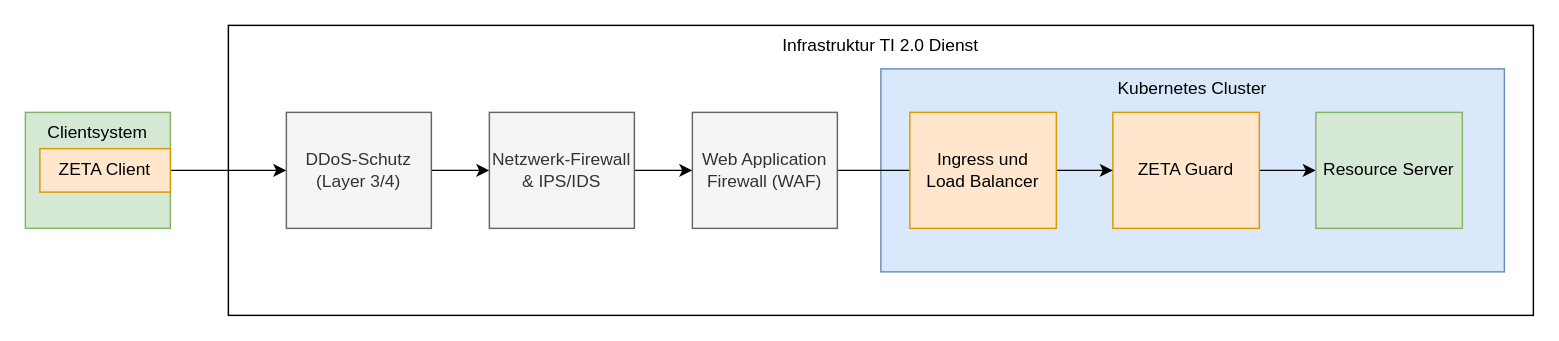
gematik/zeta keeps this draw.io diagram as src/drawio/zeta-guard-integration-guide/zeta-guard-deployment-view.drawio. Above is the earlier version. Source tidied: cells renumbered, new cells numbered last; positions are measured from the earlier drawing's top-left corner, leaving out a move shared by most shapes. Both pictures are drawn from the tidied source at 145%, with x=0, y=0 at pixel (25, 25).
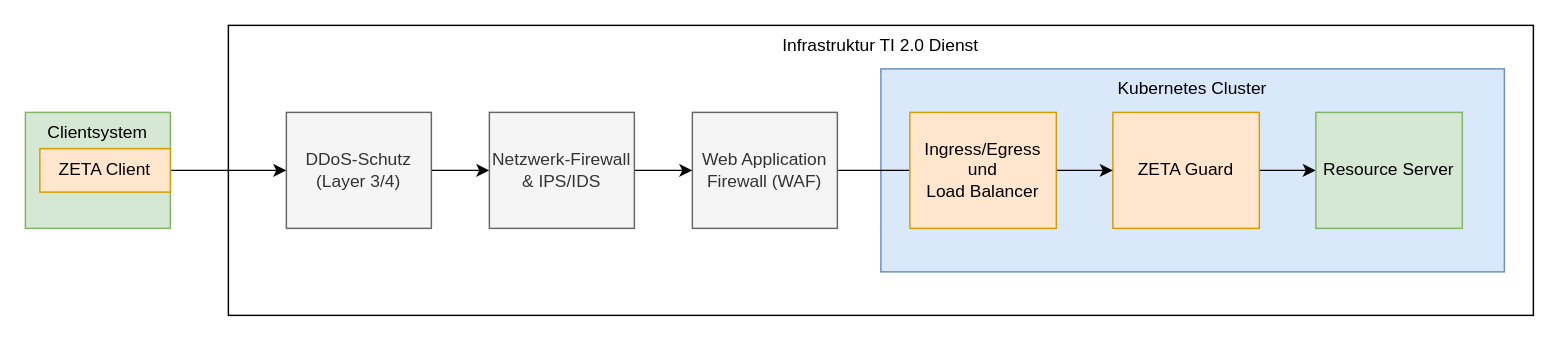
After the change.

Commit message:
fix: update draw.io deployment view for ZETA Guard integration

Diff of the diagram source:
```diff
@@
 <mxGraphModel>
   <root>
     <mxCell id="0" />
     <mxCell id="1" parent="0" />
     <mxCell id="2" value="Infrastruktur TI 2.0 Dienst" style="rounded=0;whiteSpace=wrap;html=1;verticalAlign=top;" parent="1" vertex="1">
       <mxGeometry x="140" width="900" height="200" as="geometry" />
     </mxCell>
     <mxCell id="3" value="Kubernetes Cluster" style="rounded=0;whiteSpace=wrap;html=1;verticalAlign=top;fillColor=#dae8fc;strokeColor=#6c8ebf;" parent="1" vertex="1">
       <mxGeometry x="590" y="30" width="430" height="140" as="geometry" />
     </mxCell>
     <mxCell id="4" style="edgeStyle=orthogonalEdgeStyle;rounded=0;jettySize=auto;html=1;" parent="1" edge="1" source="5" target="13">
       <mxGeometry relative="1" as="geometry" />
     </mxCell>
     <mxCell id="5" value="&lt;div&gt;DDoS-Schutz&lt;/div&gt;&lt;div&gt;(Layer 3/4)&lt;/div&gt;" style="rounded=0;whiteSpace=wrap;html=1;fillColor=#f5f5f5;fontColor=#333333;strokeColor=#666666;" parent="1" vertex="1">
       <mxGeometry x="180" y="60" width="100" height="80" as="geometry" />
     </mxCell>
     <mxCell id="6" style="edgeStyle=orthogonalEdgeStyle;rounded=0;jettySize=auto;html=1;" parent="1" edge="1" source="7" target="5">
       <mxGeometry relative="1" as="geometry" />
     </mxCell>
     <mxCell id="7" value="Clientsystem" style="rounded=0;whiteSpace=wrap;html=1;verticalAlign=top;fillColor=#d5e8d4;strokeColor=#82b366;" parent="1" vertex="1">
       <mxGeometry y="60" width="100" height="80" as="geometry" />
     </mxCell>
     <mxCell id="8" style="edgeStyle=orthogonalEdgeStyle;rounded=0;jettySize=auto;html=1;entryX=0;entryY=0.5;entryDx=0;entryDy=0;" parent="1" edge="1" source="9" target="14">
       <mxGeometry relative="1" as="geometry" />
     </mxCell>
     <mxCell id="9" value="&lt;div style=&quot;text-align: start;&quot;&gt;ZETA Guard&lt;/div&gt;" style="rounded=0;whiteSpace=wrap;html=1;fillColor=#ffe6cc;strokeColor=#d79b00;" parent="1" vertex="1">
       <mxGeometry x="750" y="60" width="101" height="80" as="geometry" />
     </mxCell>
     <mxCell id="10" style="edgeStyle=orthogonalEdgeStyle;rounded=0;jettySize=auto;html=1;entryX=0;entryY=0.5;entryDx=0;entryDy=0;" parent="1" edge="1" source="11" target="9">
       <mxGeometry relative="1" as="geometry" />
     </mxCell>
     <mxCell id="11" value="&lt;div style=&quot;&quot;&gt;&lt;div&gt;&lt;span style=&quot;background-color: transparent; color: light-dark(rgb(51, 51, 51), rgb(193, 193, 193));&quot;&gt;Web Application&lt;/span&gt;&lt;/div&gt;&lt;div&gt;&lt;span style=&quot;background-color: transparent; color: light-dark(rgb(51, 51, 51), rgb(193, 193, 193));&quot;&gt;Firewall (WAF)&lt;/span&gt;&lt;/div&gt;&lt;/div&gt;" style="rounded=0;whiteSpace=wrap;html=1;align=center;fillColor=#f5f5f5;fontColor=#333333;strokeColor=#666666;" parent="1" vertex="1">
       <mxGeometry x="460" y="60" width="100" height="80" as="geometry" />
     </mxCell>
     <mxCell id="12" style="edgeStyle=orthogonalEdgeStyle;rounded=0;jettySize=auto;html=1;entryX=0;entryY=0.5;entryDx=0;entryDy=0;" parent="1" edge="1" source="13" target="11">
       <mxGeometry relative="1" as="geometry" />
     </mxCell>
     <mxCell id="13" value="&lt;div&gt;Netzwerk-Firewall&lt;/div&gt;&lt;div&gt;&amp;amp; IPS/IDS&lt;/div&gt;" style="rounded=0;whiteSpace=wrap;html=1;fillColor=#f5f5f5;fontColor=#333333;strokeColor=#666666;" parent="1" vertex="1">
       <mxGeometry x="320" y="60" width="100" height="80" as="geometry" />
     </mxCell>
     <mxCell id="14" value="&lt;div style=&quot;text-align: start;&quot;&gt;Resource Server&lt;/div&gt;" style="rounded=0;whiteSpace=wrap;html=1;fillColor=#d5e8d4;strokeColor=#82b366;" parent="1" vertex="1">
       <mxGeometry x="890" y="60" width="101" height="80" as="geometry" />
     </mxCell>
     <mxCell id="15" value="ZETA Client" style="rounded=0;whiteSpace=wrap;html=1;fillColor=#ffe6cc;strokeColor=#d79b00;" parent="1" vertex="1">
       <mxGeometry x="10" y="85" width="90" height="30" as="geometry" />
     </mxCell>
-    <mxCell id="16" value="&lt;div style=&quot;&quot;&gt;Ingress und&lt;/div&gt;&lt;div style=&quot;&quot;&gt;Load Balancer&lt;/div&gt;" style="rounded=0;whiteSpace=wrap;html=1;fillColor=#ffe6cc;strokeColor=#d79b00;align=center;" parent="1" vertex="1">
+    <mxCell id="16" value="&lt;div style=&quot;&quot;&gt;Ingress/Egress und&lt;/div&gt;&lt;div style=&quot;&quot;&gt;Load Balancer&lt;/div&gt;" style="rounded=0;whiteSpace=wrap;html=1;fillColor=#ffe6cc;strokeColor=#d79b00;align=center;" parent="1" vertex="1">
       <mxGeometry x="610" y="60" width="101" height="80" as="geometry" />
     </mxCell>
   </root>
 </mxGraphModel>
```
